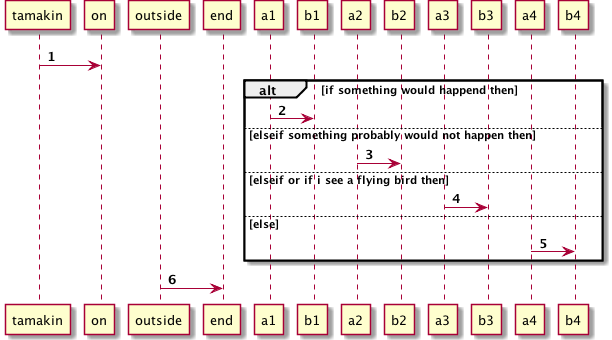
Earlier version of the PlantUML export ref/plantuml_sequence/state_conditionals_plantuml_sequence.png (ede73/diagrammer).
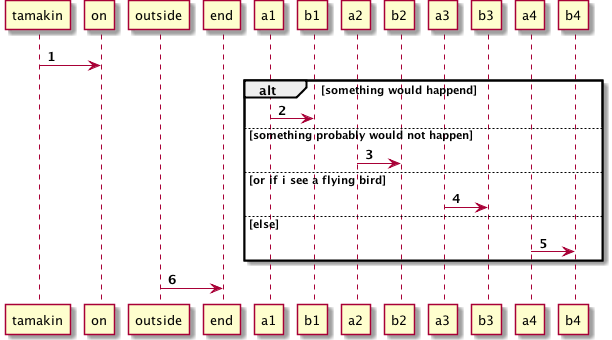
The same file after the commit.

Commit message:
Made fixed size diamonds for dotty, elseif,if,then words filtered off the conditional labels in grammar

What changed in the source:
```diff
@@ -5,15 +5,15 @@
 participant  outside
 participant  end
 q->w
-alt if something would happend then
+alt something would happend
   participant  a1
   participant  b1
   a1->b1
-else elseif something probably would not happen then
+else something probably would not happen
   participant  a2
   participant  b2
   a2->b2
-else elseif or if i see a flying bird then
+else or if i see a flying bird
   participant  a3
   participant  b3
   a3->b3
```
